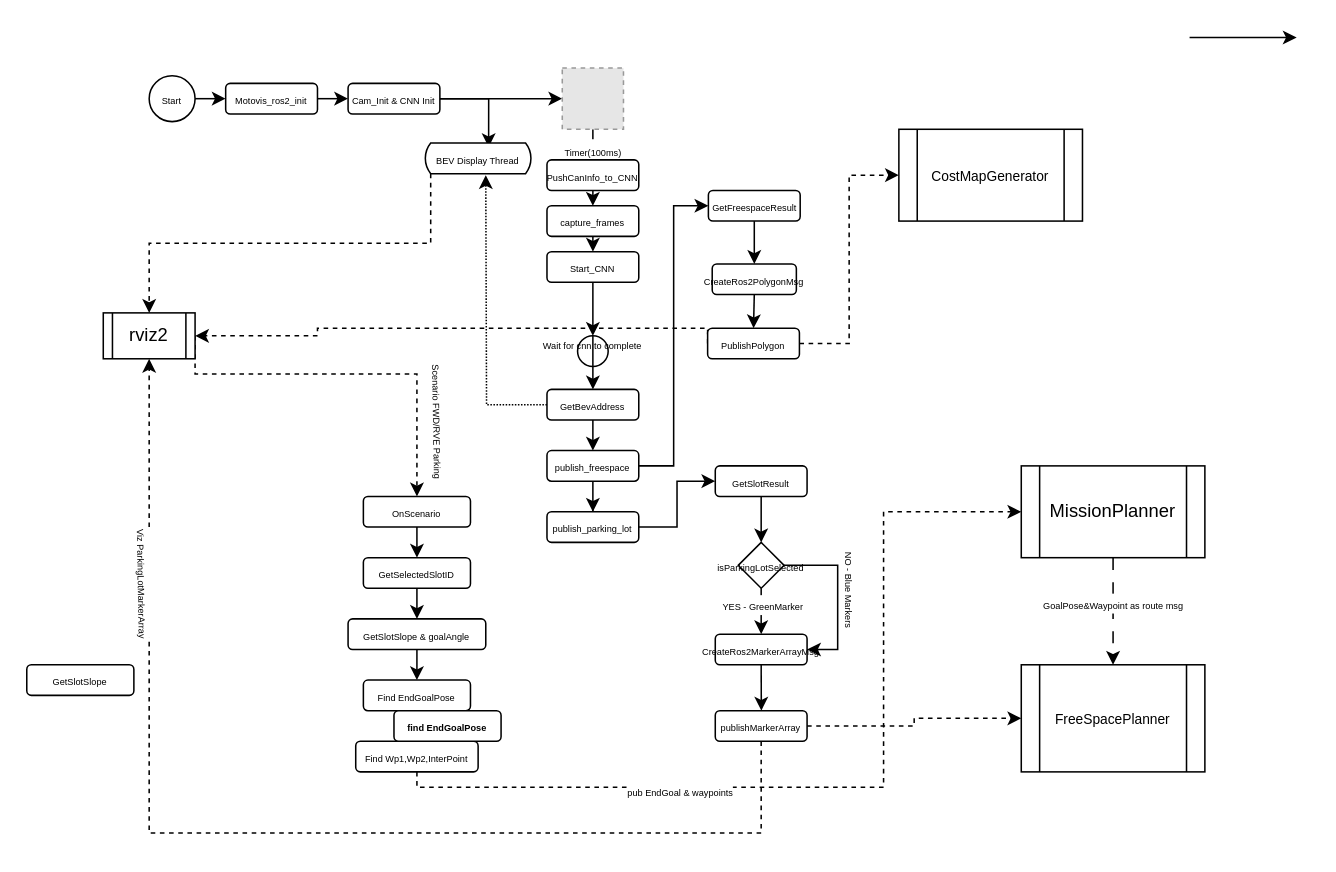
Before: motovis_interface_flow.drawio in Narendarselva/autoware_docs, a draw.io diagram. Source tidied: cells renumbered, new cells numbered last; positions are measured from the earlier drawing's top-left corner, leaving out a move shared by most shapes. Both pictures are drawn from the tidied source at 153%, with x=0, y=0 at pixel (26, 37). Pictures stored in the file or linked from it are replaced by grey dashed boxes.
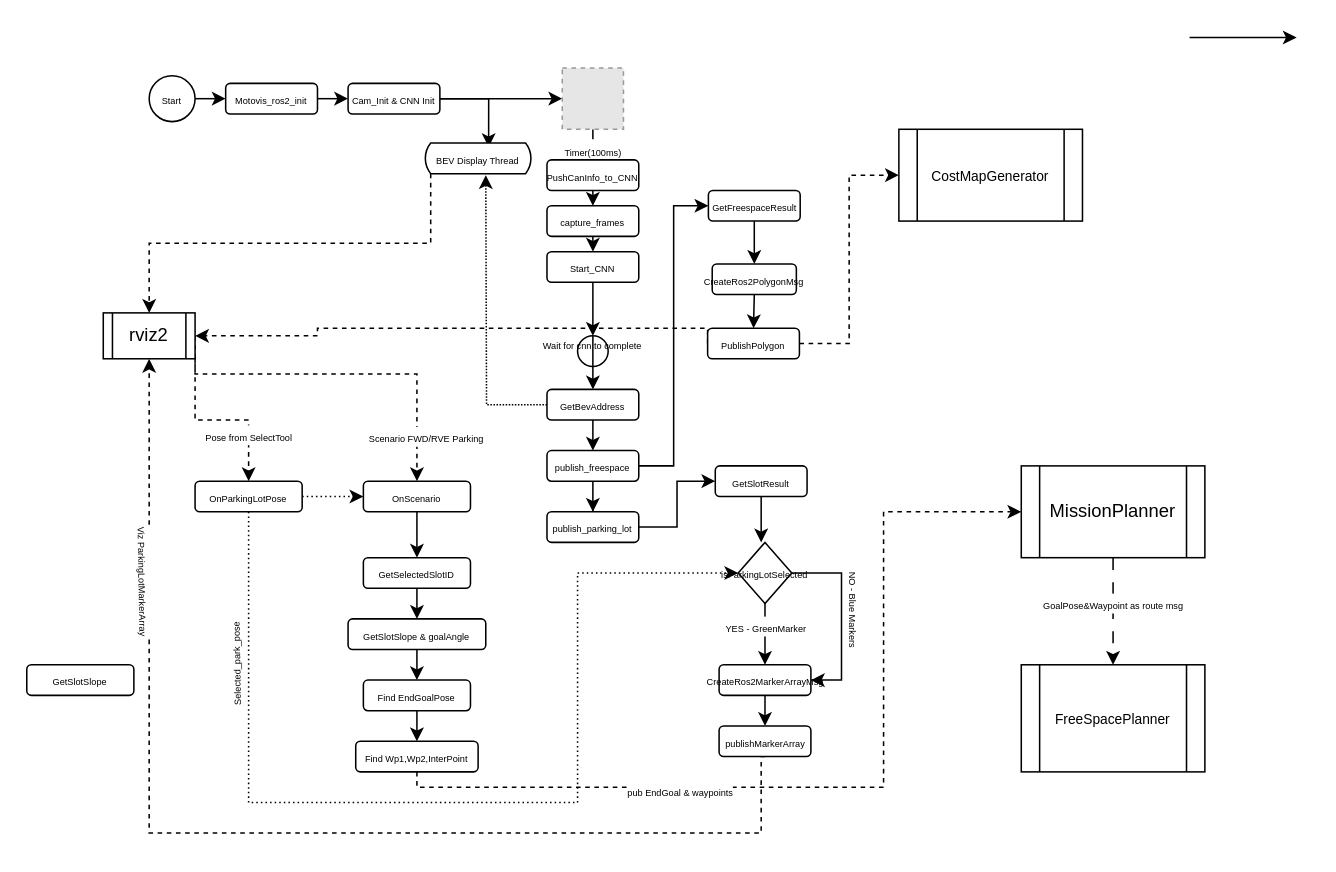
The same diagram, later.

The change refers to these unchanged cells:
```xml
<mxCell id="36" value="&lt;font style=&quot;font-size: 9px;&quot;&gt;FreeSpacePlanner&lt;/font&gt;" style="shape=process;whiteSpace=wrap;html=1;backgroundOutline=1;" parent="1" vertex="1">
  <mxGeometry x="650" y="410" width="120" height="70" as="geometry" />
</mxCell>
<mxCell id="39" style="edgeStyle=orthogonalEdgeStyle;rounded=0;jettySize=auto;html=1;exitX=1;exitY=0.5;exitDx=0;exitDy=0;entryX=0.5;entryY=0;entryDx=0;entryDy=0;dashed=1;" parent="1" edge="1" source="41" target="56">
  <mxGeometry relative="1" as="geometry">
    <Array as="points">
      <mxPoint x="110" y="220" />
      <mxPoint x="255" y="220" />
    </Array>
  </mxGeometry>
</mxCell>
<mxCell id="41" value="rviz2" style="shape=process;whiteSpace=wrap;html=1;backgroundOutline=1;" parent="1" vertex="1">
  <mxGeometry x="50" y="180" width="60" height="30" as="geometry" />
</mxCell>
```

Diff of the diagram source:
```diff
@@
-    <mxCell id="40" value="&lt;font style=&quot;font-size: 6px;&quot;&gt;Scenario FWD/RVE Parking&lt;/font&gt;" style="edgeLabel;html=1;align=center;verticalAlign=middle;rotation=89;" parent="39" vertex="1">
+    <mxCell id="40" value="&lt;font style=&quot;font-size: 6px;&quot;&gt;Scenario FWD/RVE Parking&lt;/font&gt;" style="edgeLabel;html=1;align=center;verticalAlign=middle;rotation=0;" parent="39" vertex="1">
       <mxGeometry x="0.26" relative="1" as="geometry">
-        <mxPoint x="28" y="30" as="offset" />
+        <mxPoint x="24" y="40" as="offset" />
       </mxGeometry>
     </mxCell>
+    <mxCell id="72" style="edgeStyle=orthogonalEdgeStyle;rounded=0;jettySize=auto;html=1;exitX=1;exitY=1;exitDx=0;exitDy=0;dashed=1;" parent="1" edge="1" source="41" target="78">
+      <mxGeometry relative="1" as="geometry" />
+    </mxCell>
+    <mxCell id="73" value="&lt;font style=&quot;font-size: 6px;&quot;&gt;Pose from SelectTool&lt;/font&gt;" style="edgeLabel;html=1;align=center;verticalAlign=middle;" parent="72" vertex="1">
+      <mxGeometry x="0.46" y="-1" relative="1" as="geometry" />
+    </mxCell>
@@
-    <mxCell id="44" style="edgeStyle=orthogonalEdgeStyle;rounded=0;jettySize=auto;html=1;exitX=0.5;exitY=1;exitDx=0;exitDy=0;" parent="1" edge="1" source="45">
-      <mxGeometry relative="1" as="geometry">
-        <mxPoint x="480.1" y="440" as="targetPoint" />
-      </mxGeometry>
-    </mxCell>
+    <mxCell id="74" style="edgeStyle=orthogonalEdgeStyle;rounded=0;jettySize=auto;html=1;exitX=0.5;exitY=1;exitDx=0;exitDy=0;entryX=0.5;entryY=0;entryDx=0;entryDy=0;" parent="1" edge="1" source="45" target="54">
+      <mxGeometry relative="1" as="geometry" />
+    </mxCell>
     <mxCell id="45" value="&lt;font style=&quot;font-size: 6px;&quot;&gt;CreateRos2MarkerArrayMsg&lt;/font&gt;" style="rounded=1;whiteSpace=wrap;html=1;" parent="1" vertex="1">
-      <mxGeometry x="450" y="390" width="60" height="20" as="geometry" />
+      <mxGeometry x="452.5" y="410" width="60" height="20" as="geometry" />
     </mxCell>
@@
     <mxCell id="50" value="&lt;font style=&quot;font-size: 6px;&quot;&gt;isParkingLotSelected&lt;/font&gt;" style="rhombus;whiteSpace=wrap;html=1;" parent="1" vertex="1">
-      <mxGeometry x="465" y="330" width="30" height="30" as="geometry" />
+      <mxGeometry x="465" y="330" width="35" height="40" as="geometry" />
     </mxCell>
-    <mxCell id="51" style="edgeStyle=orthogonalEdgeStyle;rounded=0;jettySize=auto;html=1;exitX=1;exitY=0.5;exitDx=0;exitDy=0;entryX=0;entryY=0.5;entryDx=0;entryDy=0;dashed=1;" parent="1" edge="1" source="54" target="36">
-      <mxGeometry relative="1" as="geometry" />
-    </mxCell>
@@
     <mxCell id="54" value="&lt;font style=&quot;font-size: 6px;&quot;&gt;publishMarkerArray&lt;/font&gt;" style="rounded=1;whiteSpace=wrap;html=1;" parent="1" vertex="1">
-      <mxGeometry x="450" y="440" width="60" height="20" as="geometry" />
+      <mxGeometry x="452.5" y="450" width="60" height="20" as="geometry" />
     </mxCell>
@@
     <mxCell id="56" value="&lt;font style=&quot;font-size: 6px;&quot;&gt;OnScenario&lt;/font&gt;" style="rounded=1;whiteSpace=wrap;html=1;" parent="1" vertex="1">
-      <mxGeometry x="220" y="300" width="70" height="20" as="geometry" />
+      <mxGeometry x="220" y="290" width="70" height="20" as="geometry" />
     </mxCell>
@@
-    <mxCell id="71" value="&lt;font style=&quot;font-size: 6px;&quot;&gt;find EndGoalPose&lt;/font&gt;" style="rounded=1;whiteSpace=wrap;html=1;fontStyle=1;" parent="1" vertex="1">
-      <mxGeometry x="240" y="440" width="70" height="20" as="geometry" />
-    </mxCell>
+    <mxCell id="75" style="edgeStyle=orthogonalEdgeStyle;rounded=0;jettySize=auto;html=1;exitX=0.5;exitY=1;exitDx=0;exitDy=0;entryX=0;entryY=0.5;entryDx=0;entryDy=0;dashed=1;dashPattern=1 2;" parent="1" edge="1" source="78" target="50">
+      <mxGeometry relative="1" as="geometry">
+        <Array as="points">
+          <mxPoint x="145" y="500" />
+          <mxPoint x="360" y="500" />
+          <mxPoint x="360" y="350" />
+        </Array>
+      </mxGeometry>
+    </mxCell>
+    <mxCell id="76" value="&lt;font style=&quot;font-size: 6px;&quot;&gt;Selected_park_pose&lt;/font&gt;" style="edgeLabel;html=1;align=center;verticalAlign=middle;rotation=-91;" parent="75" vertex="1">
+      <mxGeometry x="-0.59" y="2" relative="1" as="geometry">
+        <mxPoint x="-11" y="-35" as="offset" />
+      </mxGeometry>
+    </mxCell>
+    <mxCell id="77" style="edgeStyle=orthogonalEdgeStyle;rounded=0;jettySize=auto;html=1;exitX=1;exitY=0.5;exitDx=0;exitDy=0;dashed=1;dashPattern=1 2;" parent="1" edge="1" source="78" target="56">
+      <mxGeometry relative="1" as="geometry" />
+    </mxCell>
+    <mxCell id="78" value="&lt;font style=&quot;font-size: 6px;&quot;&gt;OnParkingLotPose&lt;/font&gt;" style="rounded=1;whiteSpace=wrap;html=1;" parent="1" vertex="1">
+      <mxGeometry x="110" y="290" width="70" height="20" as="geometry" />
+    </mxCell>
```
